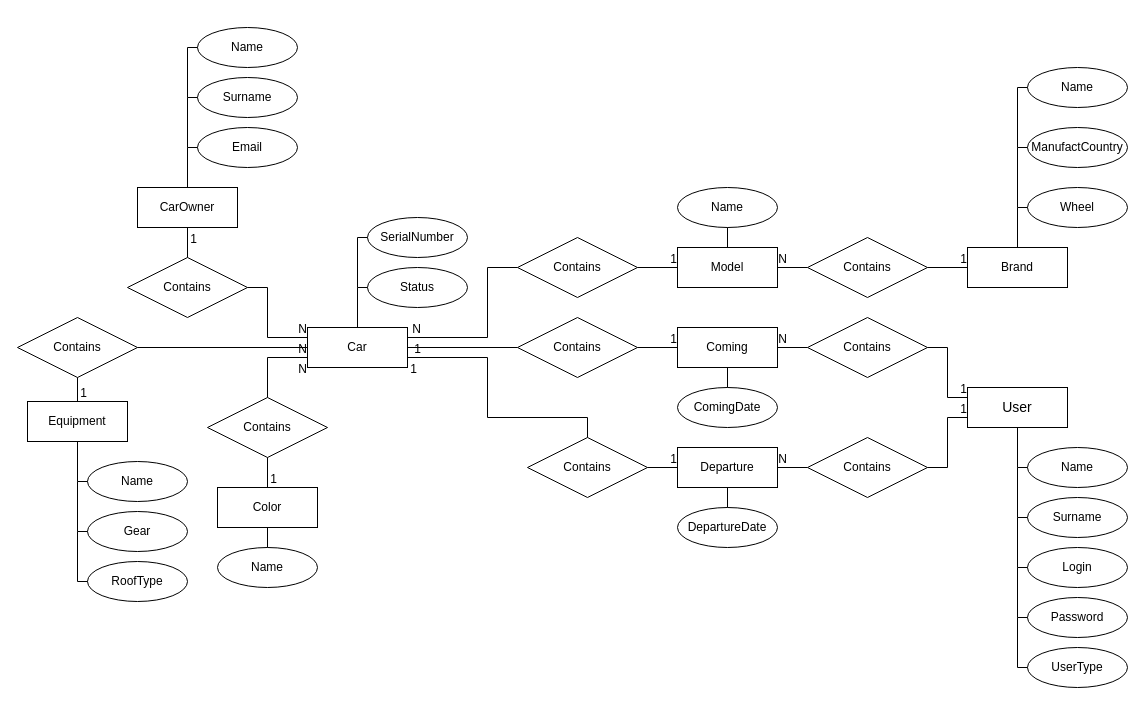
This is page "Страница 2" (2 of 2) of docs/scheme/ER-diagram.drawio from taaanechka/bmstu-6th-sd, a draw.io file, before an edit. Source tidied: cells renumbered, new cells numbered last; positions are measured from the earlier drawing's top-left corner, leaving out a move shared by most shapes. Both pictures are drawn from the tidied source at 100%, with x=0, y=0 at pixel (17, 27).
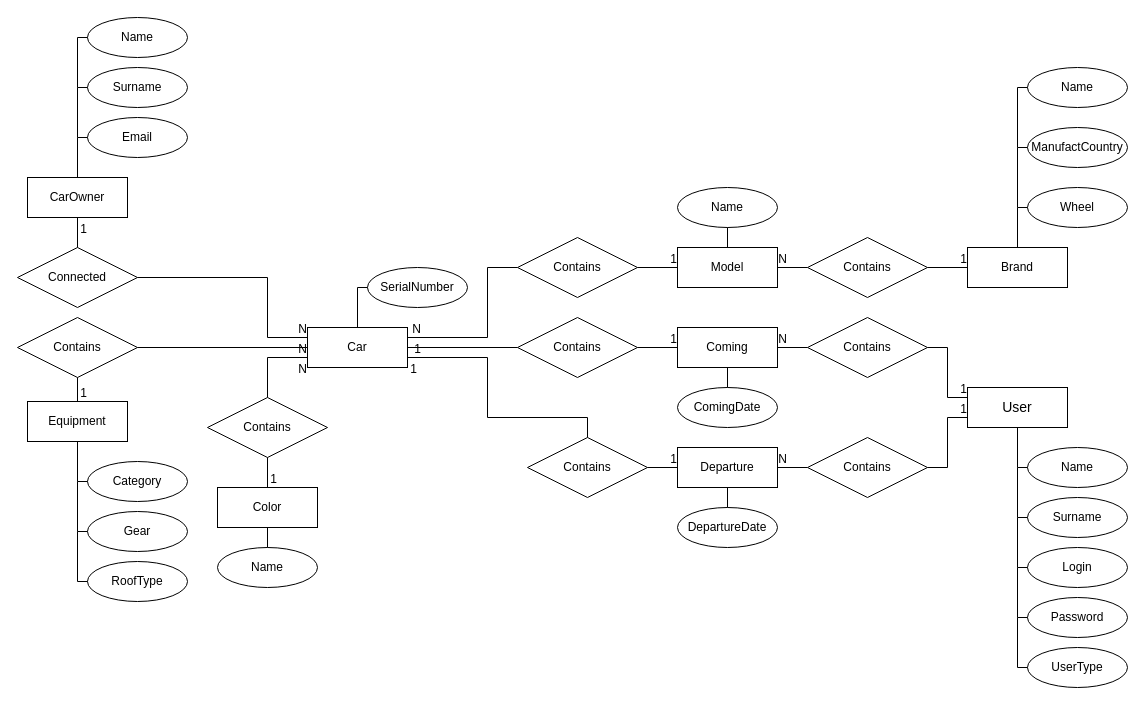
The same diagram, later.

The change refers to these unchanged cells:
```xml
<mxCell id="7" value="Car" style="whiteSpace=wrap;html=1;align=center;" parent="1" vertex="1">
  <mxGeometry x="290" y="300" width="100" height="40" as="geometry" />
</mxCell>
```

What changed in the source:
```diff
@@
-    <mxCell id="2" value="Contains" style="shape=rhombus;perimeter=rhombusPerimeter;whiteSpace=wrap;html=1;align=center;" parent="1" vertex="1">
-      <mxGeometry x="110" y="230" width="120" height="60" as="geometry" />
+    <mxCell id="2" value="Connected" style="shape=rhombus;perimeter=rhombusPerimeter;whiteSpace=wrap;html=1;align=center;" parent="1" vertex="1">
+      <mxGeometry y="220" width="120" height="60" as="geometry" />
     </mxCell>
     <mxCell id="3" value="&lt;span&gt;Email&lt;/span&gt;" style="ellipse;whiteSpace=wrap;html=1;align=center;" parent="1" vertex="1">
-      <mxGeometry x="180" y="100" width="100" height="40" as="geometry" />
+      <mxGeometry x="70" y="90" width="100" height="40" as="geometry" />
     </mxCell>
     <mxCell id="4" value="CarOwner" style="whiteSpace=wrap;html=1;align=center;" parent="1" vertex="1">
-      <mxGeometry x="120" y="160" width="100" height="40" as="geometry" />
+      <mxGeometry x="10" y="150" width="100" height="40" as="geometry" />
     </mxCell>
     <mxCell id="5" value="Surname" style="ellipse;whiteSpace=wrap;html=1;align=center;" parent="1" vertex="1">
-      <mxGeometry x="180" y="50" width="100" height="40" as="geometry" />
+      <mxGeometry x="70" y="40" width="100" height="40" as="geometry" />
     </mxCell>
     <mxCell id="6" value="Name" style="ellipse;whiteSpace=wrap;html=1;align=center;" parent="1" vertex="1">
-      <mxGeometry x="180" width="100" height="40" as="geometry" />
+      <mxGeometry x="70" y="-10" width="100" height="40" as="geometry" />
     </mxCell>
@@
-    <mxCell id="11" value="Name" style="ellipse;whiteSpace=wrap;html=1;align=center;" parent="1" vertex="1">
+    <mxCell id="11" value="Category" style="ellipse;whiteSpace=wrap;html=1;align=center;" parent="1" vertex="1">
       <mxGeometry x="70" y="434" width="100" height="40" as="geometry" />
     </mxCell>
@@
-    <mxCell id="23" value="Status" style="ellipse;whiteSpace=wrap;html=1;align=center;" parent="1" vertex="1">
+    <mxCell id="23" value="SerialNumber" style="ellipse;whiteSpace=wrap;html=1;align=center;" parent="1" vertex="1">
       <mxGeometry x="350" y="240" width="100" height="40" as="geometry" />
     </mxCell>
-    <mxCell id="24" value="&lt;span&gt;SerialNumber&lt;/span&gt;" style="ellipse;whiteSpace=wrap;html=1;align=center;" parent="1" vertex="1">
-      <mxGeometry x="350" y="190" width="100" height="40" as="geometry" />
-    </mxCell>
@@
     <mxCell id="50" style="endArrow=none;html=1;rounded=0;exitX=1;exitY=0.5;exitDx=0;exitDy=0;entryX=0;entryY=0.25;entryDx=0;entryDy=0;" parent="1" edge="1" source="2" target="7">
       <mxGeometry relative="1" as="geometry">
         <Array as="points">
-          <mxPoint x="250" y="260" />
+          <mxPoint x="250" y="250" />
           <mxPoint x="250" y="310" />
         </Array>
       </mxGeometry>
     </mxCell>
@@
     <mxCell id="54" style="endArrow=none;html=1;rounded=0;entryX=0.5;entryY=0;entryDx=0;entryDy=0;exitX=0;exitY=0.5;exitDx=0;exitDy=0;" parent="1" edge="1" source="3" target="4">
       <mxGeometry relative="1" as="geometry">
         <Array as="points">
-          <mxPoint x="170" y="120" />
+          <mxPoint x="60" y="110" />
         </Array>
       </mxGeometry>
     </mxCell>
     <mxCell id="55" style="endArrow=none;html=1;rounded=0;exitX=0;exitY=0.5;exitDx=0;exitDy=0;" parent="1" edge="1" source="5">
       <mxGeometry relative="1" as="geometry">
-        <mxPoint x="170" y="120" as="targetPoint" />
+        <mxPoint x="60" y="110" as="targetPoint" />
         <Array as="points">
-          <mxPoint x="170" y="70" />
+          <mxPoint x="60" y="60" />
         </Array>
       </mxGeometry>
     </mxCell>
     <mxCell id="56" style="endArrow=none;html=1;rounded=0;exitX=0;exitY=0.5;exitDx=0;exitDy=0;" parent="1" edge="1" source="6">
       <mxGeometry relative="1" as="geometry">
-        <mxPoint x="170" y="70" as="targetPoint" />
+        <mxPoint x="60" y="60" as="targetPoint" />
         <Array as="points">
-          <mxPoint x="170" y="20" />
+          <mxPoint x="60" y="10" />
         </Array>
       </mxGeometry>
     </mxCell>
@@
-    <mxCell id="93" style="endArrow=none;html=1;rounded=0;entryX=0;entryY=0.5;entryDx=0;entryDy=0;" parent="1" edge="1" target="24">
-      <mxGeometry relative="1" as="geometry">
-        <mxPoint x="340" y="260" as="sourcePoint" />
-        <Array as="points">
-          <mxPoint x="340" y="210" />
-        </Array>
-      </mxGeometry>
-    </mxCell>
```
